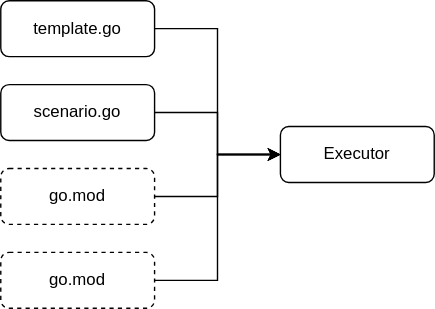
The draw.io diagram gobench-compile-scenario.svg in nqd/gobench-presentation-grokking, before a commit. Source tidied: cells renumbered, new cells last; positions are measured from the earlier drawing's top-left corner, leaving out a move shared by most shapes.
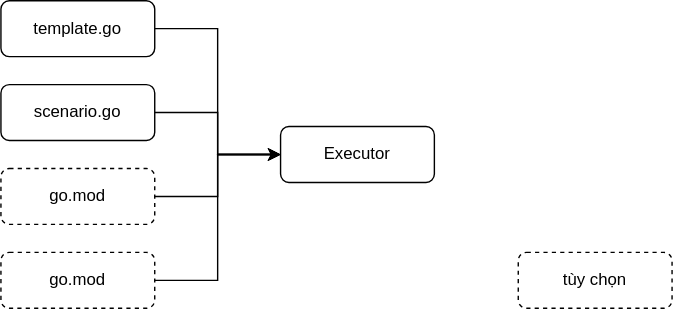
The same diagram one commit later.

The edit, as a diff of the source:
```diff
@@ -29,5 +29,8 @@
     <mxCell id="10" value="Executor" style="rounded=1;whiteSpace=wrap;html=1;" parent="1" vertex="1">
       <mxGeometry x="200" y="90" width="110" height="40" as="geometry" />
     </mxCell>
+    <mxCell id="11" value="tùy chọn" style="rounded=1;whiteSpace=wrap;html=1;dashed=1;" parent="1" vertex="1">
+      <mxGeometry x="370" y="180" width="110" height="40" as="geometry" />
+    </mxCell>
   </root>
 </mxGraphModel>
```
